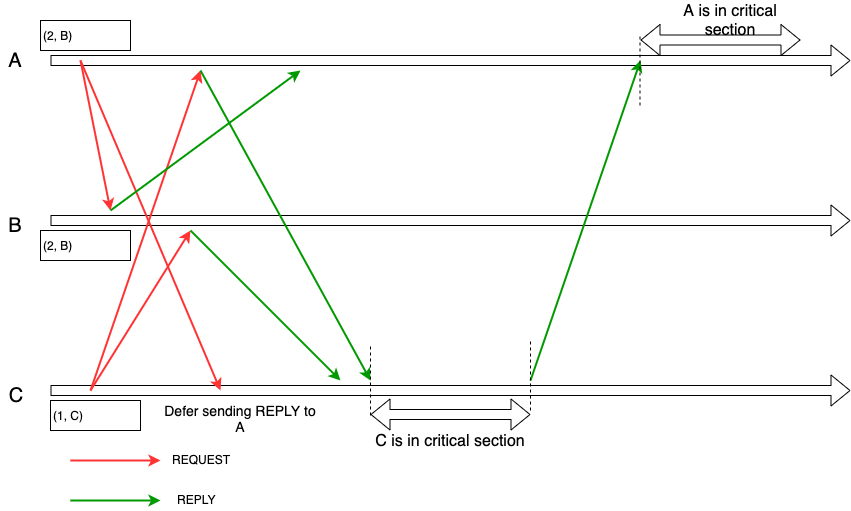
Before: diagram/pic/RA_with_Optimization.png, a diagram exported from draw.io (JeffinBao/DistributedSystemAlgo). Source tidied: cells renumbered, new cells last; positions are measured from the earlier drawing's top-left corner, leaving out a move shared by most shapes. Source of this version:
```xml
<mxGraphModel>
  <root>
    <mxCell id="0" />
    <mxCell id="1" parent="0" />
    <mxCell id="2" style="shape=flexArrow;endArrow=classic;html=1;" parent="1" edge="1">
      <mxGeometry relative="1" as="geometry">
        <mxPoint x="50" y="60" as="sourcePoint" />
        <mxPoint x="850" y="60" as="targetPoint" />
      </mxGeometry>
    </mxCell>
    <mxCell id="3" style="shape=flexArrow;endArrow=classic;html=1;" parent="1" edge="1">
      <mxGeometry relative="1" as="geometry">
        <mxPoint x="50" y="220" as="sourcePoint" />
        <mxPoint x="850" y="220" as="targetPoint" />
      </mxGeometry>
    </mxCell>
    <mxCell id="4" style="shape=flexArrow;endArrow=classic;html=1;" parent="1" edge="1">
      <mxGeometry relative="1" as="geometry">
        <mxPoint x="50" y="390" as="sourcePoint" />
        <mxPoint x="850" y="390" as="targetPoint" />
      </mxGeometry>
    </mxCell>
    <mxCell id="5" style="endArrow=classic;html=1;strokeColor=#FF3333;strokeWidth=2;" parent="1" edge="1">
      <mxGeometry relative="1" as="geometry">
        <mxPoint x="80" y="60" as="sourcePoint" />
        <mxPoint x="110" y="210" as="targetPoint" />
      </mxGeometry>
    </mxCell>
    <mxCell id="6" style="endArrow=classic;html=1;strokeColor=#FF3333;strokeWidth=2;" parent="1" edge="1">
      <mxGeometry relative="1" as="geometry">
        <mxPoint x="80" y="60" as="sourcePoint" />
        <mxPoint x="220" y="390" as="targetPoint" />
      </mxGeometry>
    </mxCell>
    <mxCell id="7" style="endArrow=classic;html=1;strokeColor=#FF3333;strokeWidth=2;" parent="1" edge="1">
      <mxGeometry relative="1" as="geometry">
        <mxPoint x="90" y="390" as="sourcePoint" />
        <mxPoint x="190" y="230" as="targetPoint" />
      </mxGeometry>
    </mxCell>
    <mxCell id="8" style="endArrow=classic;html=1;strokeColor=#FF3333;strokeWidth=2;" parent="1" edge="1">
      <mxGeometry relative="1" as="geometry">
        <mxPoint x="90" y="390" as="sourcePoint" />
        <mxPoint x="200" y="70" as="targetPoint" />
      </mxGeometry>
    </mxCell>
    <mxCell id="9" value="(1, C)" style="rounded=0;whiteSpace=wrap;html=1;align=left;" parent="1" vertex="1">
      <mxGeometry x="50" y="400" width="90" height="30" as="geometry" />
    </mxCell>
    <mxCell id="10" value="(2, B)" style="rounded=0;whiteSpace=wrap;html=1;align=left;" parent="1" vertex="1">
      <mxGeometry x="40" y="20" width="90" height="30" as="geometry" />
    </mxCell>
    <mxCell id="11" style="endArrow=classic;html=1;strokeColor=#009900;strokeWidth=2;" parent="1" edge="1">
      <mxGeometry relative="1" as="geometry">
        <mxPoint x="190" y="230" as="sourcePoint" />
        <mxPoint x="340" y="380" as="targetPoint" />
      </mxGeometry>
    </mxCell>
    <mxCell id="12" style="endArrow=classic;html=1;strokeColor=#009900;strokeWidth=2;" parent="1" edge="1">
      <mxGeometry relative="1" as="geometry">
        <mxPoint x="110" y="210" as="sourcePoint" />
        <mxPoint x="300" y="70" as="targetPoint" />
      </mxGeometry>
    </mxCell>
    <mxCell id="13" style="endArrow=classic;html=1;strokeColor=#009900;strokeWidth=2;" parent="1" edge="1">
      <mxGeometry relative="1" as="geometry">
        <mxPoint x="200" y="70" as="sourcePoint" />
        <mxPoint x="370" y="380" as="targetPoint" />
      </mxGeometry>
    </mxCell>
    <mxCell id="14" style="endArrow=classic;html=1;strokeColor=#009900;strokeWidth=2;" parent="1" edge="1">
      <mxGeometry relative="1" as="geometry">
        <mxPoint x="530" y="380" as="sourcePoint" />
        <mxPoint x="640" y="60" as="targetPoint" />
      </mxGeometry>
    </mxCell>
    <mxCell id="15" style="shape=flexArrow;endArrow=classic;startArrow=classic;html=1;" parent="1" edge="1">
      <mxGeometry relative="1" as="geometry">
        <mxPoint x="370" y="414" as="sourcePoint" />
        <mxPoint x="530" y="414" as="targetPoint" />
      </mxGeometry>
    </mxCell>
    <mxCell id="16" style="endArrow=none;dashed=1;html=1;" parent="1" edge="1">
      <mxGeometry relative="1" as="geometry">
        <mxPoint x="370" y="415" as="sourcePoint" />
        <mxPoint x="370" y="345" as="targetPoint" />
      </mxGeometry>
    </mxCell>
    <mxCell id="17" style="endArrow=none;dashed=1;html=1;" parent="1" edge="1">
      <mxGeometry relative="1" as="geometry">
        <mxPoint x="530" y="410" as="sourcePoint" />
        <mxPoint x="530" y="340" as="targetPoint" />
      </mxGeometry>
    </mxCell>
    <mxCell id="18" value="&lt;font style=&quot;font-size: 16px&quot;&gt;C is in critical section&lt;/font&gt;" style="rounded=0;whiteSpace=wrap;html=1;strokeColor=none;" parent="1" vertex="1">
      <mxGeometry x="360" y="430" width="180" height="20" as="geometry" />
    </mxCell>
    <mxCell id="19" value="(2, B)" style="rounded=0;whiteSpace=wrap;html=1;align=left;" parent="1" vertex="1">
      <mxGeometry x="40" y="230" width="90" height="30" as="geometry" />
    </mxCell>
    <mxCell id="20" value="&lt;font style=&quot;font-size: 20px&quot;&gt;A&lt;/font&gt;" style="rounded=0;whiteSpace=wrap;html=1;strokeColor=none;" parent="1" vertex="1">
      <mxGeometry y="40" width="30" height="40" as="geometry" />
    </mxCell>
    <mxCell id="21" value="&lt;font style=&quot;font-size: 20px&quot;&gt;B&lt;/font&gt;" style="rounded=0;whiteSpace=wrap;html=1;strokeColor=none;" parent="1" vertex="1">
      <mxGeometry y="205" width="30" height="40" as="geometry" />
    </mxCell>
    <mxCell id="22" value="&lt;font style=&quot;font-size: 20px&quot;&gt;C&lt;/font&gt;" style="rounded=0;whiteSpace=wrap;html=1;strokeColor=none;" parent="1" vertex="1">
      <mxGeometry y="375" width="30" height="40" as="geometry" />
    </mxCell>
    <mxCell id="23" style="endArrow=classic;html=1;strokeColor=#FF3333;strokeWidth=2;" parent="1" edge="1">
      <mxGeometry relative="1" as="geometry">
        <mxPoint x="70" y="460" as="sourcePoint" />
        <mxPoint x="160" y="460" as="targetPoint" />
      </mxGeometry>
    </mxCell>
    <mxCell id="24" style="endArrow=classic;html=1;strokeColor=#009900;strokeWidth=2;" parent="1" edge="1">
      <mxGeometry relative="1" as="geometry">
        <mxPoint x="70" y="500" as="sourcePoint" />
        <mxPoint x="160" y="500" as="targetPoint" />
      </mxGeometry>
    </mxCell>
    <mxCell id="25" value="REQUEST" style="text;html=1;align=left;verticalAlign=top;spacingTop=-4;" parent="1" vertex="1">
      <mxGeometry x="170" y="450" width="70" height="20" as="geometry" />
    </mxCell>
    <mxCell id="26" value="REPLY" style="text;html=1;align=left;verticalAlign=top;spacingTop=-4;" parent="1" vertex="1">
      <mxGeometry x="175" y="490" width="50" height="20" as="geometry" />
    </mxCell>
    <mxCell id="27" value="&lt;font style=&quot;font-size: 14px&quot;&gt;Defer sending REPLY to A&lt;/font&gt;" style="rounded=0;whiteSpace=wrap;html=1;strokeColor=none;" parent="1" vertex="1">
      <mxGeometry x="155" y="400" width="170" height="20" as="geometry" />
    </mxCell>
    <mxCell id="28" style="shape=flexArrow;endArrow=classic;startArrow=classic;html=1;" parent="1" edge="1">
      <mxGeometry relative="1" as="geometry">
        <mxPoint x="640" y="39.5" as="sourcePoint" />
        <mxPoint x="800" y="39.5" as="targetPoint" />
      </mxGeometry>
    </mxCell>
    <mxCell id="29" value="&lt;font style=&quot;font-size: 16px&quot;&gt;A is in critical section&lt;/font&gt;" style="rounded=0;whiteSpace=wrap;html=1;strokeColor=none;" parent="1" vertex="1">
      <mxGeometry x="640" width="180" height="20" as="geometry" />
    </mxCell>
    <mxCell id="30" style="endArrow=none;dashed=1;html=1;" parent="1" edge="1">
      <mxGeometry relative="1" as="geometry">
        <mxPoint x="639.5" y="105" as="sourcePoint" />
        <mxPoint x="639.5" y="35" as="targetPoint" />
      </mxGeometry>
    </mxCell>
  </root>
</mxGraphModel>
```
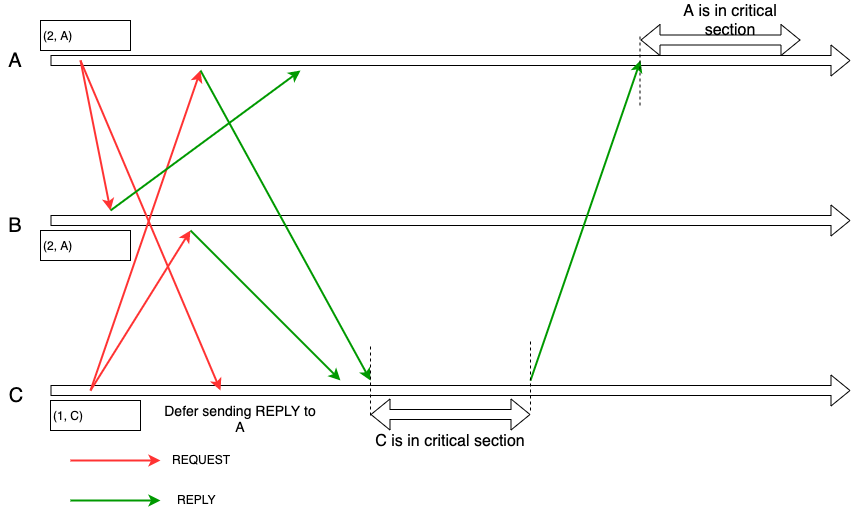
Later version of the same file.

Diff of the diagram source:
```diff
@@ -47,7 +47,7 @@
     <mxCell id="9" value="(1, C)" style="rounded=0;whiteSpace=wrap;html=1;align=left;" parent="1" vertex="1">
       <mxGeometry x="50" y="400" width="90" height="30" as="geometry" />
     </mxCell>
-    <mxCell id="10" value="(2, B)" style="rounded=0;whiteSpace=wrap;html=1;align=left;" parent="1" vertex="1">
+    <mxCell id="10" value="(2, A)" style="rounded=0;whiteSpace=wrap;html=1;align=left;" parent="1" vertex="1">
       <mxGeometry x="40" y="20" width="90" height="30" as="geometry" />
     </mxCell>
     <mxCell id="11" style="endArrow=classic;html=1;strokeColor=#009900;strokeWidth=2;" parent="1" edge="1">
@@ -95,7 +95,7 @@
     <mxCell id="18" value="&lt;font style=&quot;font-size: 16px&quot;&gt;C is in critical section&lt;/font&gt;" style="rounded=0;whiteSpace=wrap;html=1;strokeColor=none;" parent="1" vertex="1">
       <mxGeometry x="360" y="430" width="180" height="20" as="geometry" />
     </mxCell>
-    <mxCell id="19" value="(2, B)" style="rounded=0;whiteSpace=wrap;html=1;align=left;" parent="1" vertex="1">
+    <mxCell id="19" value="(2, A)" style="rounded=0;whiteSpace=wrap;html=1;align=left;" parent="1" vertex="1">
       <mxGeometry x="40" y="230" width="90" height="30" as="geometry" />
     </mxCell>
     <mxCell id="20" value="&lt;font style=&quot;font-size: 20px&quot;&gt;A&lt;/font&gt;" style="rounded=0;whiteSpace=wrap;html=1;strokeColor=none;" parent="1" vertex="1">
```
